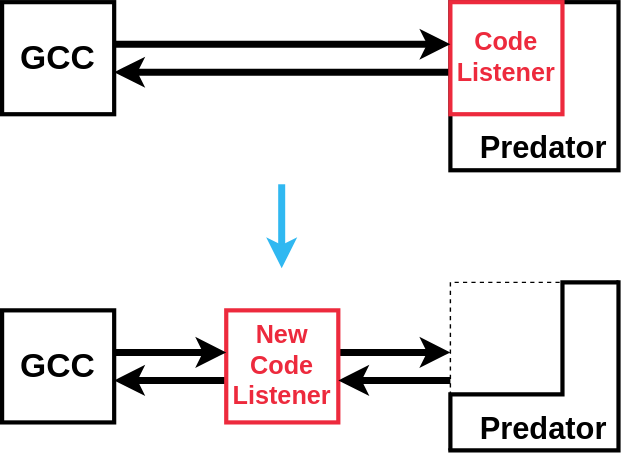
Before: objectives.svg, a diagram exported from draw.io (pseja/gcc-plugin-for-static-analyzer-support). Source tidied: cells renumbered, new cells last; positions are measured from the earlier drawing's top-left corner, leaving out a move shared by most shapes.
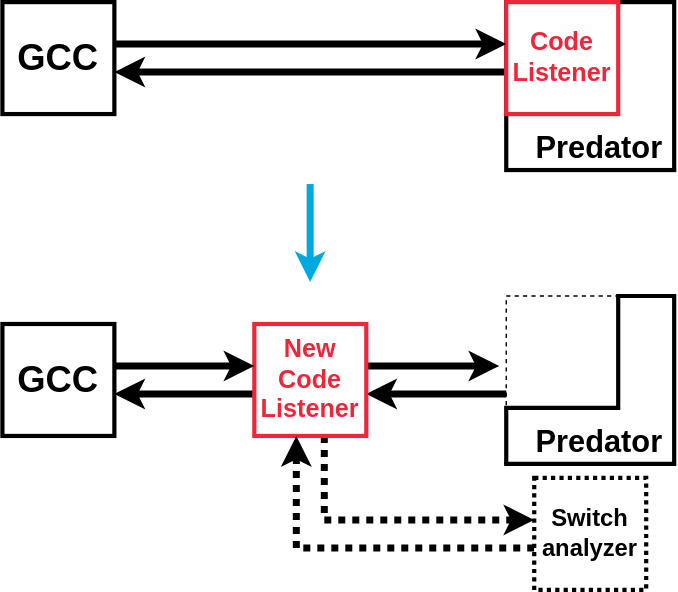
Above is the later version.

Diff of the diagram source:
```diff
@@ -2,92 +2,108 @@
   <root>
     <mxCell id="0" />
     <mxCell id="1" parent="0" />
-    <mxCell id="2" style="edgeStyle=orthogonalEdgeStyle;rounded=0;orthogonalLoop=1;jettySize=auto;html=1;strokeWidth=5;strokeColor=#30B8F1;" parent="1" edge="1">
+    <mxCell id="2" style="edgeStyle=orthogonalEdgeStyle;rounded=0;orthogonalLoop=1;jettySize=auto;html=1;strokeWidth=5;strokeColor=#00A9E0;" parent="1" edge="1">
       <mxGeometry relative="1" as="geometry">
-        <mxPoint x="199.6" y="130" as="sourcePoint" />
-        <mxPoint x="199.6" y="190" as="targetPoint" />
+        <mxPoint x="179.9" y="130" as="sourcePoint" />
+        <mxPoint x="179.9" y="200" as="targetPoint" />
       </mxGeometry>
     </mxCell>
-    <mxCell id="3" value="&lt;div&gt;&lt;font&gt;Predator&amp;nbsp;&lt;/font&gt;&lt;/div&gt;" style="rounded=0;whiteSpace=wrap;html=1;strokeWidth=3;fontStyle=1;align=right;verticalAlign=bottom;fontSize=22;" parent="1" vertex="1">
+    <mxCell id="3" value="&lt;div&gt;&lt;font&gt;Predator&amp;nbsp;&lt;/font&gt;&lt;/div&gt;" style="rounded=0;whiteSpace=wrap;html=1;strokeWidth=3;fontStyle=1;verticalAlign=bottom;align=right;fontSize=22;" parent="1" vertex="1">
       <mxGeometry x="320" width="120" height="120" as="geometry" />
     </mxCell>
-    <mxCell id="4" style="edgeStyle=orthogonalEdgeStyle;rounded=0;jettySize=auto;html=1;strokeWidth=5;" parent="1" edge="1" source="5" target="13">
+    <mxCell id="4" style="edgeStyle=orthogonalEdgeStyle;rounded=0;orthogonalLoop=1;jettySize=auto;html=1;strokeWidth=5;" parent="1" edge="1">
       <mxGeometry relative="1" as="geometry">
-        <Array as="points">
-          <mxPoint x="170" y="50" />
-          <mxPoint x="170" y="50" />
-        </Array>
+        <mxPoint x="320" y="50" as="sourcePoint" />
+        <mxPoint x="40" y="50" as="targetPoint" />
       </mxGeometry>
     </mxCell>
-    <mxCell id="5" value="Code Listener" style="rounded=0;whiteSpace=wrap;html=1;strokeWidth=3;fontStyle=1;fontColor=#ED2A3D;strokeColor=#ED2A3D;fontSize=18;" parent="1" vertex="1">
+    <mxCell id="5" value="Code Listener" style="rounded=0;whiteSpace=wrap;html=1;strokeWidth=3;fontStyle=1;fontColor=#EE263A;strokeColor=#EE263A;fontSize=18;" parent="1" vertex="1">
       <mxGeometry x="320" width="80" height="80" as="geometry" />
     </mxCell>
-    <mxCell id="6" style="edgeStyle=orthogonalEdgeStyle;rounded=0;jettySize=auto;html=1;strokeWidth=5;" parent="1" edge="1" source="8">
+    <mxCell id="6" style="edgeStyle=orthogonalEdgeStyle;rounded=0;orthogonalLoop=1;jettySize=auto;html=1;strokeWidth=5;" parent="1" edge="1">
       <mxGeometry relative="1" as="geometry">
-        <mxPoint x="320" y="250" as="targetPoint" />
-        <Array as="points">
-          <mxPoint x="220" y="250" />
-          <mxPoint x="220" y="250" />
-        </Array>
+        <mxPoint x="215" y="260" as="sourcePoint" />
+        <mxPoint x="315" y="260" as="targetPoint" />
       </mxGeometry>
     </mxCell>
-    <mxCell id="7" style="edgeStyle=orthogonalEdgeStyle;rounded=0;jettySize=auto;html=1;strokeWidth=5;" parent="1" edge="1" source="8" target="11">
+    <mxCell id="7" style="edgeStyle=orthogonalEdgeStyle;rounded=0;jettySize=auto;html=1;strokeWidth=5;" parent="1" edge="1" source="12">
       <mxGeometry relative="1" as="geometry">
+        <mxPoint x="220" y="280" as="targetPoint" />
         <Array as="points">
-          <mxPoint x="130" y="270" />
-          <mxPoint x="130" y="270" />
+          <mxPoint x="290" y="280" />
+          <mxPoint x="290" y="280" />
         </Array>
       </mxGeometry>
     </mxCell>
-    <mxCell id="8" value="&lt;div&gt;New Code Listener&lt;/div&gt;" style="rounded=0;whiteSpace=wrap;html=1;strokeWidth=3;fontStyle=1;fontColor=#ED2A3D;strokeColor=#ED2A3D;align=center;fontSize=18;" parent="1" vertex="1">
-      <mxGeometry x="160" y="220" width="80" height="80" as="geometry" />
+    <mxCell id="8" style="edgeStyle=orthogonalEdgeStyle;rounded=0;jettySize=auto;html=1;strokeWidth=5;" parent="1" edge="1" target="15">
+      <mxGeometry relative="1" as="geometry">
+        <mxPoint x="140" y="280" as="sourcePoint" />
+        <Array as="points">
+          <mxPoint x="70" y="280" />
+          <mxPoint x="70" y="280" />
+        </Array>
+      </mxGeometry>
     </mxCell>
-    <mxCell id="9" style="edgeStyle=orthogonalEdgeStyle;rounded=0;jettySize=auto;html=1;strokeWidth=5;" parent="1" edge="1" target="8">
+    <mxCell id="9" style="edgeStyle=orthogonalEdgeStyle;shape=connector;rounded=0;jettySize=auto;html=1;strokeColor=default;strokeWidth=5;align=center;verticalAlign=middle;fontFamily=Helvetica;fontSize=11;fontColor=default;labelBackgroundColor=default;endArrow=classic;dashed=1;dashPattern=1 1;" parent="1" edge="1" source="10" target="19">
       <mxGeometry relative="1" as="geometry">
-        <mxPoint x="320" y="270" as="sourcePoint" />
         <Array as="points">
-          <mxPoint x="220" y="270" />
-          <mxPoint x="220" y="270" />
+          <mxPoint x="190" y="370" />
         </Array>
       </mxGeometry>
     </mxCell>
-    <mxCell id="10" style="edgeStyle=orthogonalEdgeStyle;rounded=0;orthogonalLoop=1;jettySize=auto;html=1;strokeWidth=5;" parent="1" edge="1">
-      <mxGeometry relative="1" as="geometry">
-        <mxPoint x="80" y="250" as="sourcePoint" />
-        <mxPoint x="160" y="250" as="targetPoint" />
-      </mxGeometry>
+    <mxCell id="10" value="&lt;div&gt;New&lt;/div&gt;&lt;div&gt;Code Listener&lt;/div&gt;" style="rounded=0;whiteSpace=wrap;html=1;strokeWidth=3;fontStyle=1;fontColor=#EE263A;strokeColor=#EE263A;fontSize=18;" parent="1" vertex="1">
+      <mxGeometry x="140" y="230" width="80" height="80" as="geometry" />
     </mxCell>
-    <mxCell id="11" value="GCC" style="rounded=0;whiteSpace=wrap;html=1;strokeWidth=3;fontStyle=1;fontColor=default;strokeColor=default;align=center;fontSize=24;verticalAlign=middle;" parent="1" vertex="1">
-      <mxGeometry y="220" width="80" height="80" as="geometry" />
+    <mxCell id="11" style="edgeStyle=orthogonalEdgeStyle;rounded=0;jettySize=auto;html=1;exitX=0;exitY=1;exitDx=0;exitDy=0;endArrow=none;endFill=0;dashed=1;" parent="1" edge="1" source="12">
+      <mxGeometry relative="1" as="geometry">
+        <mxPoint x="400" y="210" as="targetPoint" />
+        <Array as="points">
+          <mxPoint x="320" y="210" />
+        </Array>
+      </mxGeometry>
     </mxCell>
-    <mxCell id="12" style="edgeStyle=orthogonalEdgeStyle;rounded=0;orthogonalLoop=1;jettySize=auto;html=1;strokeWidth=5;" parent="1" edge="1">
-      <mxGeometry relative="1" as="geometry">
-        <mxPoint x="80" y="30" as="sourcePoint" />
-        <mxPoint x="320" y="30" as="targetPoint" />
-      </mxGeometry>
+    <mxCell id="12" value="Predator&amp;nbsp;" style="shape=partialRectangle;whiteSpace=wrap;html=1;bottom=1;right=1;left=0;top=0;fillColor=none;routingCenterX=-0.5;strokeWidth=3;fontStyle=1;align=right;verticalAlign=bottom;fontSize=22;" parent="1" vertex="1">
+      <mxGeometry x="320" y="210" width="120" height="120" as="geometry" />
     </mxCell>
-    <mxCell id="13" value="GCC" style="rounded=0;whiteSpace=wrap;html=1;strokeWidth=3;fontStyle=1;fontColor=default;strokeColor=default;align=center;fontSize=24;verticalAlign=middle;" parent="1" vertex="1">
-      <mxGeometry width="80" height="80" as="geometry" />
+    <mxCell id="13" style="edgeStyle=orthogonalEdgeStyle;rounded=0;orthogonalLoop=1;jettySize=auto;html=1;exitX=0;exitY=1;exitDx=0;exitDy=0;entryX=1;entryY=0;entryDx=0;entryDy=0;endArrow=none;endFill=0;strokeWidth=3;" parent="1" edge="1" source="12" target="12">
+      <mxGeometry relative="1" as="geometry">
+        <Array as="points">
+          <mxPoint x="320" y="290" />
+          <mxPoint x="400" y="290" />
+          <mxPoint x="400" y="210" />
+        </Array>
+      </mxGeometry>
     </mxCell>
-    <mxCell id="14" style="edgeStyle=orthogonalEdgeStyle;rounded=0;jettySize=auto;html=1;exitX=0.75;exitY=0;exitDx=0;exitDy=0;endArrow=none;endFill=0;dashed=1;" parent="1" edge="1" source="15">
+    <mxCell id="14" style="edgeStyle=orthogonalEdgeStyle;rounded=0;jettySize=auto;html=1;strokeWidth=5;" parent="1" edge="1" target="10">
       <mxGeometry relative="1" as="geometry">
-        <mxPoint x="320" y="280" as="targetPoint" />
+        <mxPoint x="20" y="260" as="sourcePoint" />
         <Array as="points">
-          <mxPoint x="320" y="200" />
+          <mxPoint x="110" y="260" />
+          <mxPoint x="110" y="260" />
         </Array>
       </mxGeometry>
     </mxCell>
-    <mxCell id="15" value="Predator&amp;nbsp;" style="shape=partialRectangle;whiteSpace=wrap;html=1;bottom=1;right=1;left=0;top=0;fillColor=none;routingCenterX=-0.5;strokeWidth=3;fontStyle=1;fontSize=22;align=right;verticalAlign=bottom;" parent="1" vertex="1">
-      <mxGeometry x="320" y="200" width="120" height="120" as="geometry" />
+    <mxCell id="15" value="GCC" style="rounded=0;whiteSpace=wrap;html=1;strokeWidth=3;fontStyle=1;fontColor=default;strokeColor=default;fontSize=26;verticalAlign=middle;align=center;" parent="1" vertex="1">
+      <mxGeometry x="-40" y="230" width="80" height="80" as="geometry" />
     </mxCell>
-    <mxCell id="16" style="edgeStyle=orthogonalEdgeStyle;rounded=0;orthogonalLoop=1;jettySize=auto;html=1;exitX=0;exitY=1;exitDx=0;exitDy=0;entryX=1;entryY=0;entryDx=0;entryDy=0;strokeWidth=3;endArrow=none;endFill=0;" parent="1" edge="1" source="15" target="15">
+    <mxCell id="16" style="edgeStyle=orthogonalEdgeStyle;rounded=0;orthogonalLoop=1;jettySize=auto;html=1;strokeWidth=5;" parent="1" edge="1">
       <mxGeometry relative="1" as="geometry">
-        <Array as="points">
-          <mxPoint x="320" y="280" />
-          <mxPoint x="400" y="280" />
-          <mxPoint x="400" y="200" />
-        </Array>
+        <mxPoint x="40" y="30" as="sourcePoint" />
+        <mxPoint x="320" y="30" as="targetPoint" />
       </mxGeometry>
     </mxCell>
+    <mxCell id="17" value="GCC" style="rounded=0;whiteSpace=wrap;html=1;strokeWidth=3;fontStyle=1;fontColor=default;strokeColor=default;fontSize=26;verticalAlign=middle;align=center;" parent="1" vertex="1">
+      <mxGeometry x="-40" width="80" height="80" as="geometry" />
+    </mxCell>
+    <mxCell id="18" style="edgeStyle=orthogonalEdgeStyle;shape=connector;rounded=0;jettySize=auto;html=1;strokeColor=default;strokeWidth=5;align=center;verticalAlign=middle;fontFamily=Helvetica;fontSize=11;fontColor=default;labelBackgroundColor=default;endArrow=classic;dashed=1;dashPattern=1 1;" parent="1" edge="1" source="19" target="10">
+      <mxGeometry relative="1" as="geometry">
+        <Array as="points">
+          <mxPoint x="170" y="390" />
+        </Array>
+      </mxGeometry>
+    </mxCell>
+    <mxCell id="19" value="&lt;div&gt;Switch&lt;/div&gt;&lt;div&gt;analyzer&lt;/div&gt;" style="rounded=0;whiteSpace=wrap;html=1;strokeWidth=3;fontStyle=1;fontColor=default;strokeColor=default;fontSize=17;dashed=1;dashPattern=1 1;" parent="1" vertex="1">
+      <mxGeometry x="340" y="340" width="80" height="80" as="geometry" />
+    </mxCell>
   </root>
 </mxGraphModel>
```
